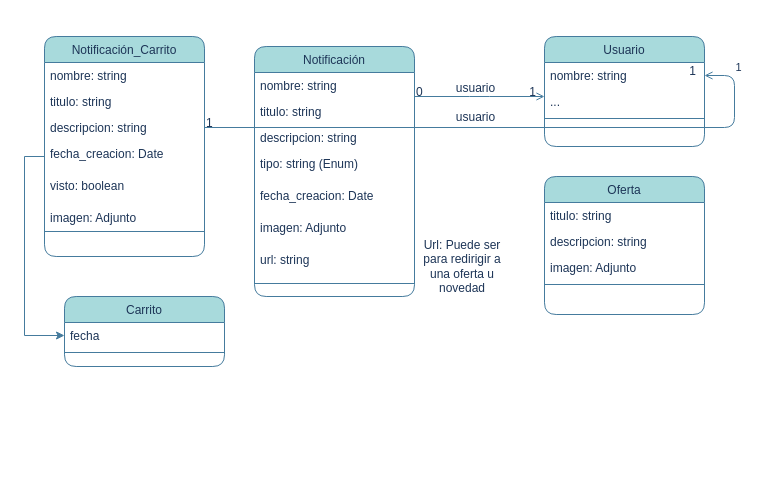
This is Diagrama BdD para Notificaciones.drawio from ariel0000/bar-app-diagrams, a draw.io file, before an edit. Source tidied: cells renumbered, new cells numbered last; positions are measured from the earlier drawing's top-left corner, leaving out a move shared by most shapes. Both pictures are drawn from the tidied source at 100%, with x=0, y=0 at pixel (44, 36).
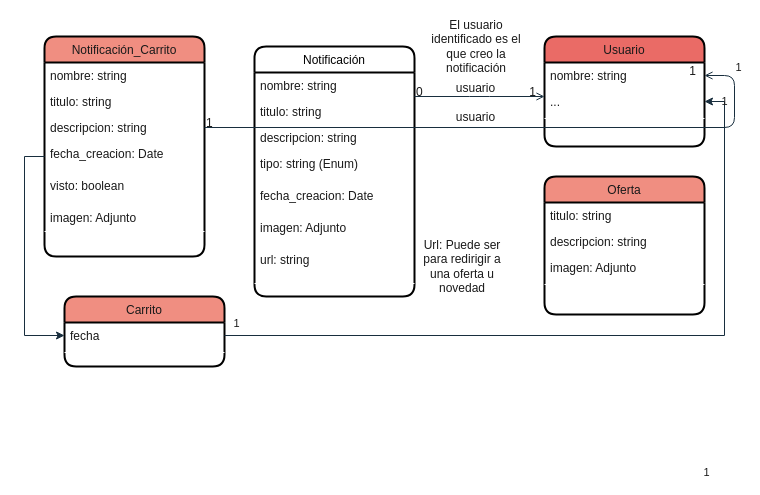
Above is the later version.

Change to the diagram source:
```diff
@@
-    <mxCell id="2" value="Notificación" style="swimlane;fontStyle=0;align=center;verticalAlign=top;horizontal=1;startSize=26;rounded=1;shadow=0;strokeWidth=1;labelBackgroundColor=none;fillColor=#A8DADC;strokeColor=#457B9D;fontColor=#1D3557;" parent="1" vertex="1">
+    <mxCell id="2" value="Notificación" style="swimlane;fontStyle=0;align=center;verticalAlign=top;horizontal=1;startSize=26;rounded=1;shadow=0;strokeWidth=2;labelBackgroundColor=none;strokeColor=light-dark(#000000,#000000);" parent="1" vertex="1">
       <mxGeometry x="210" y="10" width="160" height="250" as="geometry" />
     </mxCell>
-    <mxCell id="3" value="nombre: string" style="text;align=left;verticalAlign=top;spacingLeft=4;spacingRight=4;overflow=hidden;labelBackgroundColor=none;fontColor=#1D3557;rounded=1;" parent="2" vertex="1">
+    <mxCell id="3" value="nombre: string" style="text;align=left;verticalAlign=top;spacingLeft=4;spacingRight=4;overflow=hidden;labelBackgroundColor=none;rounded=1;fontColor=#1A1A1A;" parent="2" vertex="1">
       <mxGeometry y="26" width="160" height="26" as="geometry" />
     </mxCell>
-    <mxCell id="4" value="titulo: string" style="text;align=left;verticalAlign=top;spacingLeft=4;spacingRight=4;overflow=hidden;rounded=1;shadow=0;html=0;labelBackgroundColor=none;fontColor=#1D3557;" parent="2" vertex="1">
+    <mxCell id="4" value="titulo: string" style="text;align=left;verticalAlign=top;spacingLeft=4;spacingRight=4;overflow=hidden;rounded=1;shadow=0;html=0;labelBackgroundColor=none;fontColor=#1A1A1A;" parent="2" vertex="1">
       <mxGeometry y="52" width="160" height="26" as="geometry" />
     </mxCell>
-    <mxCell id="5" value="descripcion: string" style="text;align=left;verticalAlign=top;spacingLeft=4;spacingRight=4;overflow=hidden;rounded=1;shadow=0;html=0;labelBackgroundColor=none;fontColor=#1D3557;" parent="2" vertex="1">
+    <mxCell id="5" value="descripcion: string" style="text;align=left;verticalAlign=top;spacingLeft=4;spacingRight=4;overflow=hidden;rounded=1;shadow=0;html=0;labelBackgroundColor=none;fontColor=#1A1A1A;" parent="2" vertex="1">
       <mxGeometry y="78" width="160" height="26" as="geometry" />
     </mxCell>
-    <mxCell id="6" value="tipo: string (Enum)" style="text;align=left;verticalAlign=top;spacingLeft=4;spacingRight=4;overflow=hidden;labelBackgroundColor=none;fontColor=#1D3557;rounded=1;" parent="2" vertex="1">
+    <mxCell id="6" value="tipo: string (Enum)" style="text;align=left;verticalAlign=top;spacingLeft=4;spacingRight=4;overflow=hidden;labelBackgroundColor=none;rounded=1;fontColor=#1A1A1A;" parent="2" vertex="1">
       <mxGeometry y="104" width="160" height="32" as="geometry" />
     </mxCell>
-    <mxCell id="7" value="fecha_creacion: Date" style="text;align=left;verticalAlign=top;spacingLeft=4;spacingRight=4;overflow=hidden;labelBackgroundColor=none;fontColor=#1D3557;rounded=1;" parent="2" vertex="1">
+    <mxCell id="7" value="fecha_creacion: Date" style="text;align=left;verticalAlign=top;spacingLeft=4;spacingRight=4;overflow=hidden;labelBackgroundColor=none;rounded=1;fontColor=#1A1A1A;" parent="2" vertex="1">
       <mxGeometry y="136" width="160" height="32" as="geometry" />
     </mxCell>
-    <mxCell id="8" value="imagen: Adjunto" style="text;align=left;verticalAlign=top;spacingLeft=4;spacingRight=4;overflow=hidden;labelBackgroundColor=none;fontColor=#1D3557;rounded=1;" parent="2" vertex="1">
+    <mxCell id="8" value="imagen: Adjunto" style="text;align=left;verticalAlign=top;spacingLeft=4;spacingRight=4;overflow=hidden;labelBackgroundColor=none;rounded=1;fontColor=#1A1A1A;" parent="2" vertex="1">
       <mxGeometry y="168" width="160" height="32" as="geometry" />
     </mxCell>
-    <mxCell id="9" value="url: string" style="text;align=left;verticalAlign=top;spacingLeft=4;spacingRight=4;overflow=hidden;labelBackgroundColor=none;fontColor=#1D3557;rounded=1;" parent="2" vertex="1">
+    <mxCell id="9" value="url: string" style="text;align=left;verticalAlign=top;spacingLeft=4;spacingRight=4;overflow=hidden;labelBackgroundColor=none;rounded=1;fontColor=#1A1A1A;" parent="2" vertex="1">
       <mxGeometry y="200" width="160" height="32" as="geometry" />
     </mxCell>
-    <mxCell id="10" style="line;html=1;strokeWidth=1;align=left;verticalAlign=middle;spacingTop=-1;spacingLeft=3;spacingRight=3;labelPosition=right;labelBackgroundColor=none;fillColor=#A8DADC;strokeColor=#457B9D;fontColor=#1D3557;rounded=1;" parent="2" vertex="1">
+    <mxCell id="10" style="line;html=1;strokeWidth=1;align=left;verticalAlign=middle;spacingTop=-1;spacingLeft=3;spacingRight=3;labelPosition=right;labelBackgroundColor=none;rounded=1;fillColor=#F08E81;strokeColor=#FFFFFF;fontColor=#1A1A1A;" parent="2" vertex="1">
       <mxGeometry y="232" width="160" height="10" as="geometry" />
     </mxCell>
-    <mxCell id="11" value="Oferta" style="swimlane;fontStyle=0;align=center;verticalAlign=top;horizontal=1;startSize=26;rounded=1;shadow=0;strokeWidth=1;labelBackgroundColor=none;fillColor=#A8DADC;strokeColor=#457B9D;fontColor=#1D3557;" parent="1" vertex="1">
+    <mxCell id="11" value="Oferta" style="swimlane;fontStyle=0;align=center;verticalAlign=top;horizontal=1;startSize=26;rounded=1;shadow=0;strokeWidth=2;labelBackgroundColor=none;fillColor=#F08E81;strokeColor=light-dark(#000000,#000000);fontColor=#1A1A1A;" parent="1" vertex="1">
       <mxGeometry x="500" y="140" width="160" height="138" as="geometry" />
     </mxCell>
-    <mxCell id="12" value="titulo: string" style="text;align=left;verticalAlign=top;spacingLeft=4;spacingRight=4;overflow=hidden;labelBackgroundColor=none;fontColor=#1D3557;rounded=1;" parent="11" vertex="1">
+    <mxCell id="12" value="titulo: string" style="text;align=left;verticalAlign=top;spacingLeft=4;spacingRight=4;overflow=hidden;labelBackgroundColor=none;rounded=1;fontColor=#1A1A1A;" parent="11" vertex="1">
       <mxGeometry y="26" width="160" height="26" as="geometry" />
     </mxCell>
-    <mxCell id="13" value="descripcion: string" style="text;align=left;verticalAlign=top;spacingLeft=4;spacingRight=4;overflow=hidden;rounded=1;shadow=0;html=0;labelBackgroundColor=none;fontColor=#1D3557;" parent="11" vertex="1">
+    <mxCell id="13" value="descripcion: string" style="text;align=left;verticalAlign=top;spacingLeft=4;spacingRight=4;overflow=hidden;rounded=1;shadow=0;html=0;labelBackgroundColor=none;fontColor=#1A1A1A;" parent="11" vertex="1">
       <mxGeometry y="52" width="160" height="26" as="geometry" />
     </mxCell>
-    <mxCell id="14" value="imagen: Adjunto" style="text;align=left;verticalAlign=top;spacingLeft=4;spacingRight=4;overflow=hidden;labelBackgroundColor=none;fontColor=#1D3557;rounded=1;" parent="11" vertex="1">
+    <mxCell id="14" value="imagen: Adjunto" style="text;align=left;verticalAlign=top;spacingLeft=4;spacingRight=4;overflow=hidden;labelBackgroundColor=none;rounded=1;fontColor=#1A1A1A;" parent="11" vertex="1">
       <mxGeometry y="78" width="160" height="26" as="geometry" />
     </mxCell>
-    <mxCell id="15" style="line;html=1;strokeWidth=1;align=left;verticalAlign=middle;spacingTop=-1;spacingLeft=3;spacingRight=3;labelPosition=right;labelBackgroundColor=none;fillColor=#A8DADC;strokeColor=#457B9D;fontColor=#1D3557;rounded=1;" parent="11" vertex="1">
+    <mxCell id="15" style="line;html=1;strokeWidth=1;align=left;verticalAlign=middle;spacingTop=-1;spacingLeft=3;spacingRight=3;labelPosition=right;labelBackgroundColor=none;rounded=1;fillColor=#F08E81;strokeColor=#FFFFFF;fontColor=#1A1A1A;" parent="11" vertex="1">
       <mxGeometry y="104" width="160" height="8" as="geometry" />
     </mxCell>
-    <mxCell id="16" value="Carrito" style="swimlane;fontStyle=0;align=center;verticalAlign=top;horizontal=1;startSize=26;rounded=1;shadow=0;strokeWidth=1;labelBackgroundColor=none;fillColor=#A8DADC;strokeColor=#457B9D;fontColor=#1D3557;" parent="1" vertex="1">
+    <mxCell id="16" value="Carrito" style="swimlane;fontStyle=0;align=center;verticalAlign=top;horizontal=1;startSize=26;rounded=1;shadow=0;strokeWidth=2;labelBackgroundColor=none;fillColor=#F08E81;strokeColor=light-dark(#000000,#000000);fontColor=#1A1A1A;" parent="1" vertex="1">
       <mxGeometry x="20" y="260" width="160" height="70" as="geometry" />
     </mxCell>
-    <mxCell id="17" value="fecha" style="text;align=left;verticalAlign=top;spacingLeft=4;spacingRight=4;overflow=hidden;points=[[0,0.5],[1,0.5]];portConstraint=eastwest;labelBackgroundColor=none;fontColor=#1D3557;rounded=1;" parent="16" vertex="1">
+    <mxCell id="17" value="fecha" style="text;align=left;verticalAlign=top;spacingLeft=4;spacingRight=4;overflow=hidden;points=[[0,0.5],[1,0.5]];portConstraint=eastwest;labelBackgroundColor=none;rounded=1;fontColor=#1A1A1A;" parent="16" vertex="1">
       <mxGeometry y="26" width="160" height="26" as="geometry" />
     </mxCell>
-    <mxCell id="18" style="line;html=1;strokeWidth=1;align=left;verticalAlign=middle;spacingTop=-1;spacingLeft=3;spacingRight=3;labelPosition=right;labelBackgroundColor=none;fillColor=#A8DADC;strokeColor=#457B9D;fontColor=#1D3557;rounded=1;" parent="16" vertex="1">
+    <mxCell id="18" style="line;html=1;strokeWidth=1;align=left;verticalAlign=middle;spacingTop=-1;spacingLeft=3;spacingRight=3;labelPosition=right;labelBackgroundColor=none;rounded=1;fillColor=#F08E81;strokeColor=#FFFFFF;fontColor=#1A1A1A;" parent="16" vertex="1">
       <mxGeometry y="52" width="160" height="8" as="geometry" />
     </mxCell>
-    <mxCell id="19" value="Usuario" style="swimlane;fontStyle=0;align=center;verticalAlign=top;horizontal=1;startSize=26;rounded=1;shadow=0;strokeWidth=1;labelBackgroundColor=none;fillColor=#A8DADC;strokeColor=#457B9D;fontColor=#1D3557;" parent="1" vertex="1">
+    <mxCell id="19" value="Usuario" style="swimlane;fontStyle=0;align=center;verticalAlign=top;horizontal=1;startSize=26;rounded=1;shadow=0;strokeWidth=2;labelBackgroundColor=none;fillColor=light-dark(#EA6B66,#000000);strokeColor=light-dark(#000000,#000000);fontColor=#1A1A1A;" parent="1" vertex="1">
       <mxGeometry x="500" width="160" height="110" as="geometry" />
     </mxCell>
-    <mxCell id="20" value="nombre: string&#10;" style="text;align=left;verticalAlign=top;spacingLeft=4;spacingRight=4;overflow=hidden;points=[[0,0.5],[1,0.5]];portConstraint=eastwest;rounded=1;shadow=0;html=0;labelBackgroundColor=none;fontColor=#1D3557;" parent="19" vertex="1">
+    <mxCell id="20" value="nombre: string&#10;" style="text;align=left;verticalAlign=top;spacingLeft=4;spacingRight=4;overflow=hidden;points=[[0,0.5],[1,0.5]];portConstraint=eastwest;rounded=1;shadow=0;html=0;labelBackgroundColor=none;fontColor=#1A1A1A;" parent="19" vertex="1">
       <mxGeometry y="26" width="160" height="26" as="geometry" />
     </mxCell>
-    <mxCell id="21" value="..." style="text;align=left;verticalAlign=top;spacingLeft=4;spacingRight=4;overflow=hidden;points=[[0,0.5],[1,0.5]];portConstraint=eastwest;rounded=1;shadow=0;html=0;labelBackgroundColor=none;fontColor=#1D3557;" parent="19" vertex="1">
+    <mxCell id="21" value="..." style="text;align=left;verticalAlign=top;spacingLeft=4;spacingRight=4;overflow=hidden;points=[[0,0.5],[1,0.5]];portConstraint=eastwest;rounded=1;shadow=0;html=0;labelBackgroundColor=none;fontColor=#1A1A1A;" parent="19" vertex="1">
       <mxGeometry y="52" width="160" height="26" as="geometry" />
     </mxCell>
-    <mxCell id="22" style="line;html=1;strokeWidth=1;align=left;verticalAlign=middle;spacingTop=-1;spacingLeft=3;spacingRight=3;labelPosition=right;labelBackgroundColor=none;fillColor=#A8DADC;strokeColor=#457B9D;fontColor=#1D3557;rounded=1;" parent="19" vertex="1">
+    <mxCell id="22" style="line;html=1;strokeWidth=1;align=left;verticalAlign=middle;spacingTop=-1;spacingLeft=3;spacingRight=3;labelPosition=right;labelBackgroundColor=none;rounded=1;fillColor=#F08E81;strokeColor=#FFFFFF;fontColor=#1A1A1A;" parent="19" vertex="1">
       <mxGeometry y="78" width="160" height="8" as="geometry" />
     </mxCell>
-    <mxCell id="23" style="endArrow=open;shadow=0;strokeWidth=1;rounded=1;curved=0;endFill=1;edgeStyle=elbowEdgeStyle;elbow=vertical;labelBackgroundColor=none;fontColor=default;strokeColor=#457B9D;" parent="1" edge="1" source="2" target="19">
+    <mxCell id="23" style="endArrow=open;shadow=0;strokeWidth=1;rounded=1;curved=0;endFill=1;edgeStyle=elbowEdgeStyle;elbow=vertical;labelBackgroundColor=none;fontColor=default;strokeColor=#182E3E;" parent="1" edge="1" source="2" target="19">
       <mxGeometry x="0.5" y="41" relative="1" as="geometry">
         <mxPoint x="-40" y="32" as="offset" />
       </mxGeometry>
     </mxCell>
-    <mxCell id="24" value="0" style="align=left;verticalAlign=bottom;labelBackgroundColor=none;fontSize=12;fillColor=#A8DADC;strokeColor=#457B9D;fontColor=#1D3557;rounded=1;" parent="23" vertex="1">
+    <mxCell id="24" value="0" style="align=left;verticalAlign=bottom;labelBackgroundColor=none;fontSize=12;rounded=1;fillColor=#F08E81;strokeColor=#FFFFFF;fontColor=#1A1A1A;" parent="23" vertex="1">
       <mxGeometry x="-1" relative="1" as="geometry">
         <mxPoint y="4" as="offset" />
       </mxGeometry>
     </mxCell>
-    <mxCell id="25" value="1" style="align=right;verticalAlign=bottom;labelBackgroundColor=none;fontSize=12;fillColor=#A8DADC;strokeColor=#457B9D;fontColor=#1D3557;rounded=1;" parent="23" vertex="1">
+    <mxCell id="25" value="1" style="align=right;verticalAlign=bottom;labelBackgroundColor=none;fontSize=12;rounded=1;fillColor=#F08E81;strokeColor=#FFFFFF;fontColor=#1A1A1A;" parent="23" vertex="1">
       <mxGeometry x="1" relative="1" as="geometry">
         <mxPoint x="-7" y="4" as="offset" />
       </mxGeometry>
     </mxCell>
-    <mxCell id="26" value="usuario" style="text;html=1;align=center;verticalAlign=middle;labelBackgroundColor=none;rounded=1;shadow=0;strokeWidth=1;fontSize=12;fontColor=#1D3557;" parent="23" vertex="1">
+    <mxCell id="26" value="usuario" style="text;html=1;align=center;verticalAlign=middle;labelBackgroundColor=none;rounded=1;shadow=0;strokeWidth=1;fontSize=12;fontColor=#1A1A1A;" parent="23" vertex="1">
       <mxGeometry x="0.5" y="49" relative="1" as="geometry">
         <mxPoint x="-38" y="40" as="offset" />
       </mxGeometry>
     </mxCell>
-    <mxCell id="27" value="Notificación_Carrito" style="swimlane;fontStyle=0;align=center;verticalAlign=top;horizontal=1;startSize=26;rounded=1;shadow=0;strokeWidth=1;labelBackgroundColor=none;fillColor=#A8DADC;strokeColor=#457B9D;fontColor=#1D3557;" parent="1" vertex="1">
+    <mxCell id="27" value="Notificación_Carrito" style="swimlane;fontStyle=0;align=center;verticalAlign=top;horizontal=1;startSize=26;rounded=1;shadow=0;strokeWidth=2;labelBackgroundColor=none;fillColor=#F08E81;strokeColor=light-dark(#000000,#000000);fontColor=#1A1A1A;" parent="1" vertex="1">
       <mxGeometry width="160" height="220" as="geometry" />
     </mxCell>
-    <mxCell id="28" value="nombre: string" style="text;align=left;verticalAlign=top;spacingLeft=4;spacingRight=4;overflow=hidden;labelBackgroundColor=none;fontColor=#1D3557;rounded=1;" parent="27" vertex="1">
+    <mxCell id="28" value="nombre: string" style="text;align=left;verticalAlign=top;spacingLeft=4;spacingRight=4;overflow=hidden;labelBackgroundColor=none;rounded=1;fontColor=#1A1A1A;" parent="27" vertex="1">
       <mxGeometry y="26" width="160" height="26" as="geometry" />
     </mxCell>
-    <mxCell id="29" value="titulo: string" style="text;align=left;verticalAlign=top;spacingLeft=4;spacingRight=4;overflow=hidden;rounded=1;shadow=0;html=0;labelBackgroundColor=none;fontColor=#1D3557;" parent="27" vertex="1">
+    <mxCell id="29" value="titulo: string" style="text;align=left;verticalAlign=top;spacingLeft=4;spacingRight=4;overflow=hidden;rounded=1;shadow=0;html=0;labelBackgroundColor=none;fontColor=#1A1A1A;" parent="27" vertex="1">
       <mxGeometry y="52" width="160" height="26" as="geometry" />
     </mxCell>
-    <mxCell id="30" value="descripcion: string" style="text;align=left;verticalAlign=top;spacingLeft=4;spacingRight=4;overflow=hidden;points=[[0,0.5],[1,0.5]];portConstraint=eastwest;rounded=1;shadow=0;html=0;labelBackgroundColor=none;fontColor=#1D3557;" parent="27" vertex="1">
+    <mxCell id="30" value="descripcion: string" style="text;align=left;verticalAlign=top;spacingLeft=4;spacingRight=4;overflow=hidden;points=[[0,0.5],[1,0.5]];portConstraint=eastwest;rounded=1;shadow=0;html=0;labelBackgroundColor=none;fontColor=#1A1A1A;" parent="27" vertex="1">
       <mxGeometry y="78" width="160" height="26" as="geometry" />
     </mxCell>
-    <mxCell id="31" value="fecha_creacion: Date" style="text;align=left;verticalAlign=top;spacingLeft=4;spacingRight=4;overflow=hidden;points=[[0,0.5],[1,0.5]];portConstraint=eastwest;labelBackgroundColor=none;fontColor=#1D3557;rounded=1;" parent="27" vertex="1">
+    <mxCell id="31" value="fecha_creacion: Date" style="text;align=left;verticalAlign=top;spacingLeft=4;spacingRight=4;overflow=hidden;points=[[0,0.5],[1,0.5]];portConstraint=eastwest;labelBackgroundColor=none;rounded=1;fontColor=#1A1A1A;" parent="27" vertex="1">
       <mxGeometry y="104" width="160" height="32" as="geometry" />
     </mxCell>
-    <mxCell id="32" value="visto: boolean" style="text;align=left;verticalAlign=top;spacingLeft=4;spacingRight=4;overflow=hidden;labelBackgroundColor=none;fontColor=#1D3557;rounded=1;" parent="27" vertex="1">
+    <mxCell id="32" value="visto: boolean" style="text;align=left;verticalAlign=top;spacingLeft=4;spacingRight=4;overflow=hidden;labelBackgroundColor=none;rounded=1;fontColor=#1A1A1A;" parent="27" vertex="1">
       <mxGeometry y="136" width="160" height="32" as="geometry" />
     </mxCell>
-    <mxCell id="33" value="imagen: Adjunto" style="text;align=left;verticalAlign=top;spacingLeft=4;spacingRight=4;overflow=hidden;labelBackgroundColor=none;fontColor=#1D3557;rounded=1;" parent="27" vertex="1">
+    <mxCell id="33" value="imagen: Adjunto" style="text;align=left;verticalAlign=top;spacingLeft=4;spacingRight=4;overflow=hidden;labelBackgroundColor=none;rounded=1;fontColor=#1A1A1A;" parent="27" vertex="1">
       <mxGeometry y="168" width="160" height="22" as="geometry" />
     </mxCell>
-    <mxCell id="34" style="line;html=1;strokeWidth=1;align=left;verticalAlign=middle;spacingTop=-1;spacingLeft=3;spacingRight=3;labelPosition=right;labelBackgroundColor=none;fillColor=#A8DADC;strokeColor=#457B9D;fontColor=#1D3557;rounded=1;" parent="27" vertex="1">
+    <mxCell id="34" style="line;html=1;strokeWidth=1;align=left;verticalAlign=middle;spacingTop=-1;spacingLeft=3;spacingRight=3;labelPosition=right;labelBackgroundColor=none;rounded=1;fillColor=#F08E81;strokeColor=#FFFFFF;fontColor=#1A1A1A;" parent="27" vertex="1">
       <mxGeometry y="190" width="160" height="10" as="geometry" />
     </mxCell>
-    <mxCell id="35" style="endArrow=open;shadow=0;strokeWidth=1;rounded=1;curved=0;endFill=1;edgeStyle=elbowEdgeStyle;elbow=vertical;labelBackgroundColor=none;fontColor=default;strokeColor=#457B9D;exitX=1;exitY=0.5;exitDx=0;exitDy=0;entryX=1;entryY=0.5;entryDx=0;entryDy=0;" parent="1" edge="1" source="30" target="20">
+    <mxCell id="35" style="endArrow=open;shadow=0;strokeWidth=1;rounded=1;curved=0;endFill=1;edgeStyle=elbowEdgeStyle;elbow=vertical;labelBackgroundColor=none;fontColor=default;exitX=1;exitY=0.5;exitDx=0;exitDy=0;entryX=1;entryY=0.5;entryDx=0;entryDy=0;strokeColor=#182E3E;" parent="1" edge="1" source="30" target="20">
       <mxGeometry x="0.5" y="41" relative="1" as="geometry">
         <Array as="points">
           <mxPoint x="690" />
         </Array>
         <mxPoint x="-40" y="32" as="offset" />
       </mxGeometry>
     </mxCell>
-    <mxCell id="36" value="1" style="align=left;verticalAlign=bottom;labelBackgroundColor=none;fontSize=12;fillColor=#A8DADC;strokeColor=#457B9D;fontColor=#1D3557;rounded=1;" parent="35" vertex="1">
+    <mxCell id="36" value="1" style="align=left;verticalAlign=bottom;labelBackgroundColor=none;fontSize=12;rounded=1;fillColor=#F08E81;strokeColor=#FFFFFF;fontColor=#1A1A1A;" parent="35" vertex="1">
       <mxGeometry x="-1" relative="1" as="geometry">
         <mxPoint y="4" as="offset" />
       </mxGeometry>
     </mxCell>
-    <mxCell id="37" value="1" style="align=right;verticalAlign=bottom;labelBackgroundColor=none;fontSize=12;fillColor=#A8DADC;strokeColor=#457B9D;fontColor=#1D3557;rounded=1;" parent="35" vertex="1">
+    <mxCell id="37" value="1" style="align=right;verticalAlign=bottom;labelBackgroundColor=none;fontSize=12;rounded=1;fillColor=#F08E81;strokeColor=#FFFFFF;fontColor=#1A1A1A;" parent="35" vertex="1">
       <mxGeometry x="1" relative="1" as="geometry">
         <mxPoint x="-7" y="4" as="offset" />
       </mxGeometry>
     </mxCell>
-    <mxCell id="38" value="usuario" style="text;html=1;align=center;verticalAlign=middle;labelBackgroundColor=none;rounded=1;shadow=0;strokeWidth=1;fontSize=12;fontColor=#1D3557;rotation=0;" parent="35" vertex="1">
+    <mxCell id="38" value="usuario" style="text;html=1;align=center;verticalAlign=middle;labelBackgroundColor=none;rounded=1;shadow=0;strokeWidth=1;fontSize=12;rotation=0;fontColor=#1A1A1A;" parent="35" vertex="1">
       <mxGeometry x="0.5" y="49" relative="1" as="geometry">
         <mxPoint x="-189" y="38" as="offset" />
       </mxGeometry>
     </mxCell>
-    <mxCell id="39" value="1" style="edgeLabel;html=1;align=center;verticalAlign=middle;rounded=1;strokeColor=#457B9D;fontColor=#1D3557;fillColor=#A8DADC;labelBackgroundColor=none;" parent="35" vertex="1">
+    <mxCell id="39" value="1" style="edgeLabel;html=1;align=center;verticalAlign=middle;rounded=1;labelBackgroundColor=none;fontColor=#1A1A1A;" parent="35" vertex="1">
       <mxGeometry x="0.92" y="-3" relative="1" as="geometry">
         <mxPoint x="9" y="-6" as="offset" />
       </mxGeometry>
     </mxCell>
-    <mxCell id="40" value="Url: Puede ser para redirigir a una oferta u novedad" style="text;html=1;align=center;verticalAlign=middle;whiteSpace=wrap;rounded=0;fontColor=#1D3557;" parent="1" vertex="1">
+    <mxCell id="40" value="Url: Puede ser para redirigir a una oferta u novedad" style="text;html=1;align=center;verticalAlign=middle;whiteSpace=wrap;rounded=0;labelBackgroundColor=none;fontColor=#1A1A1A;" parent="1" vertex="1">
       <mxGeometry x="370" y="210" width="96" height="40" as="geometry" />
     </mxCell>
-    <mxCell id="41" style="edgeStyle=orthogonalEdgeStyle;rounded=0;jettySize=auto;html=1;exitX=0;exitY=0.5;exitDx=0;exitDy=0;entryX=0;entryY=0.5;entryDx=0;entryDy=0;strokeColor=#457B9D;fontColor=#1D3557;fillColor=#A8DADC;" parent="1" edge="1" source="31" target="17">
+    <mxCell id="41" style="edgeStyle=orthogonalEdgeStyle;rounded=0;jettySize=auto;html=1;exitX=0;exitY=0.5;exitDx=0;exitDy=0;entryX=0;entryY=0.5;entryDx=0;entryDy=0;fontColor=default;labelBackgroundColor=none;strokeColor=#182E3E;" parent="1" edge="1" source="31" target="17">
       <mxGeometry relative="1" as="geometry" />
     </mxCell>
+    <mxCell id="42" value="El usuario identificado es el que creo la notificación" style="text;html=1;align=center;verticalAlign=middle;whiteSpace=wrap;rounded=0;labelBackgroundColor=none;fontColor=#1A1A1A;" parent="1" vertex="1">
+      <mxGeometry x="384" y="-10" width="96" height="40" as="geometry" />
+    </mxCell>
+    <mxCell id="43" style="edgeStyle=orthogonalEdgeStyle;rounded=0;jettySize=auto;html=1;exitX=1;exitY=0.5;exitDx=0;exitDy=0;entryX=1;entryY=0.5;entryDx=0;entryDy=0;fontColor=default;labelBackgroundColor=none;strokeColor=#182E3E;" parent="1" edge="1" source="17" target="21">
+      <mxGeometry relative="1" as="geometry" />
+    </mxCell>
+    <mxCell id="44" value="1" style="edgeLabel;html=1;align=center;verticalAlign=middle;labelBackgroundColor=none;fontColor=#1A1A1A;" parent="43" vertex="1">
+      <mxGeometry x="-0.97" y="1" relative="1" as="geometry">
+        <mxPoint y="-12" as="offset" />
+      </mxGeometry>
+    </mxCell>
+    <mxCell id="45" value="1" style="edgeLabel;html=1;align=center;verticalAlign=middle;labelBackgroundColor=none;fontColor=#1A1A1A;" parent="43" vertex="1">
+      <mxGeometry x="0.95" y="-1" relative="1" as="geometry" />
+    </mxCell>
+    <mxCell id="46" value="1" style="edgeLabel;html=1;align=center;verticalAlign=middle;labelBackgroundColor=none;fontColor=#1A1A1A;" parent="1" vertex="1">
+      <mxGeometry x="202" y="296" as="geometry">
+        <mxPoint x="459" y="139" as="offset" />
+      </mxGeometry>
+    </mxCell>
```
